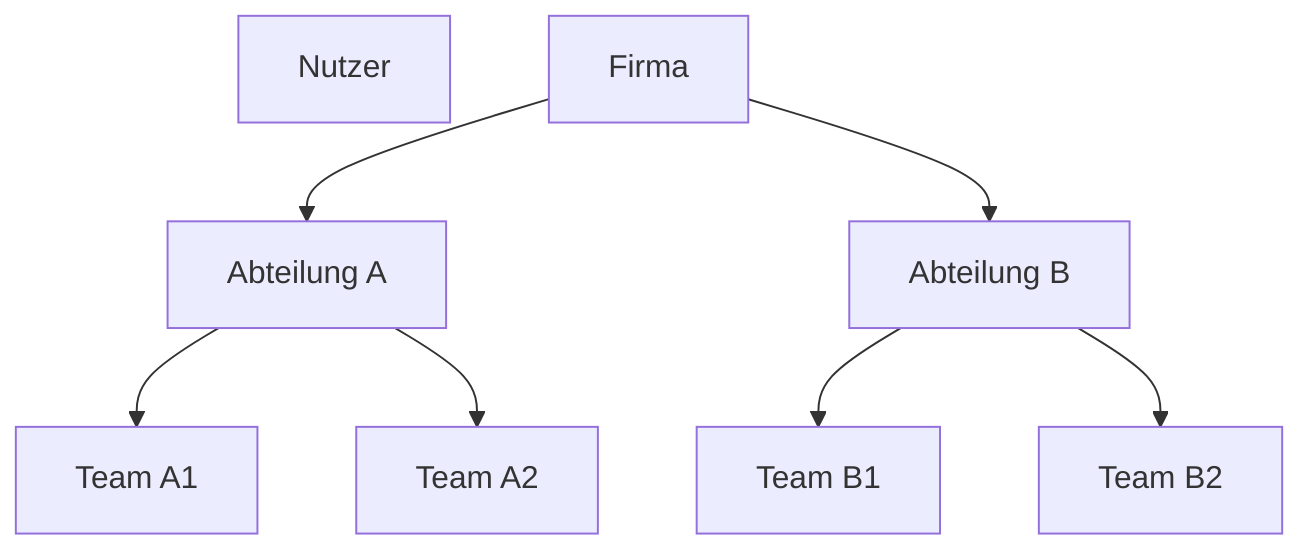
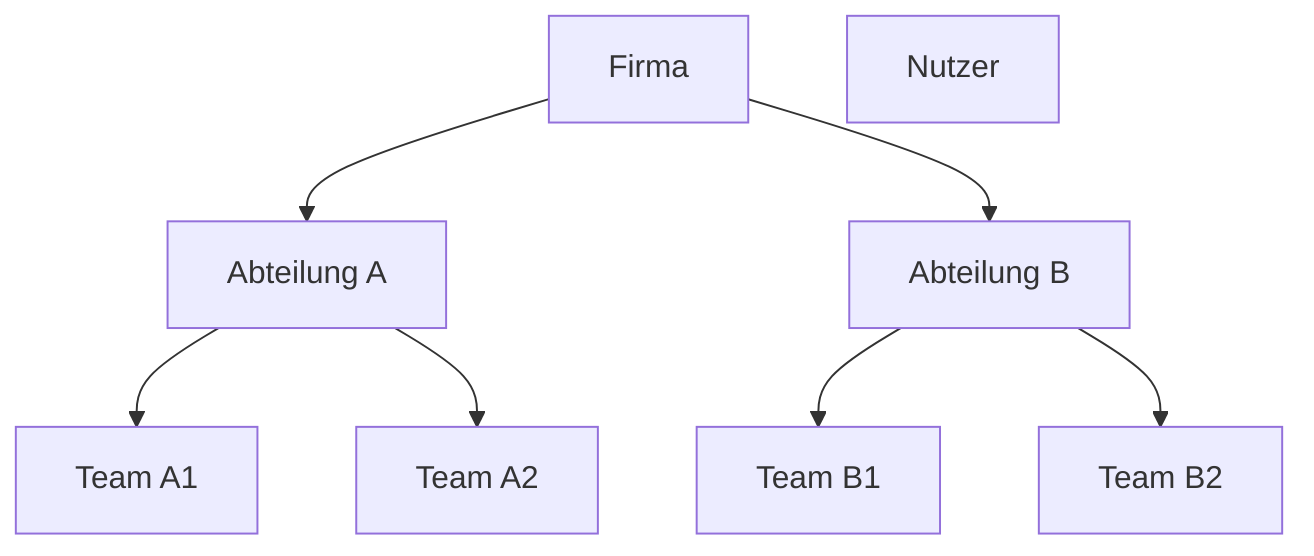
%% Organisation und Zuordnung (Landing Section 1)
- %% Nutzer = persönlicher Scope (gestrichelt), parallel zur Firma, ohne Kante
+ %% Nutzer = persönlicher Scope (gestrichelt), unterhalb der Teamzeile, ohne Kante
%% Referenz: Landing-Sections-Plan.md §3

flowchart TB
-   NUTZER[Nutzer]
  FIRMA[Firma]

  ABT_A[Abteilung A]
  ABT_B[Abteilung B]

  TEAM_A1[Team A1]
  TEAM_A2[Team A2]
  TEAM_B1[Team B1]
  TEAM_B2[Team B2]

+   NUTZER[Nutzer]
+ 
  FIRMA --> ABT_A
  FIRMA --> ABT_B
  ABT_A --> TEAM_A1
  ABT_A --> TEAM_A2
  ABT_B --> TEAM_B1
  ABT_B --> TEAM_B2
